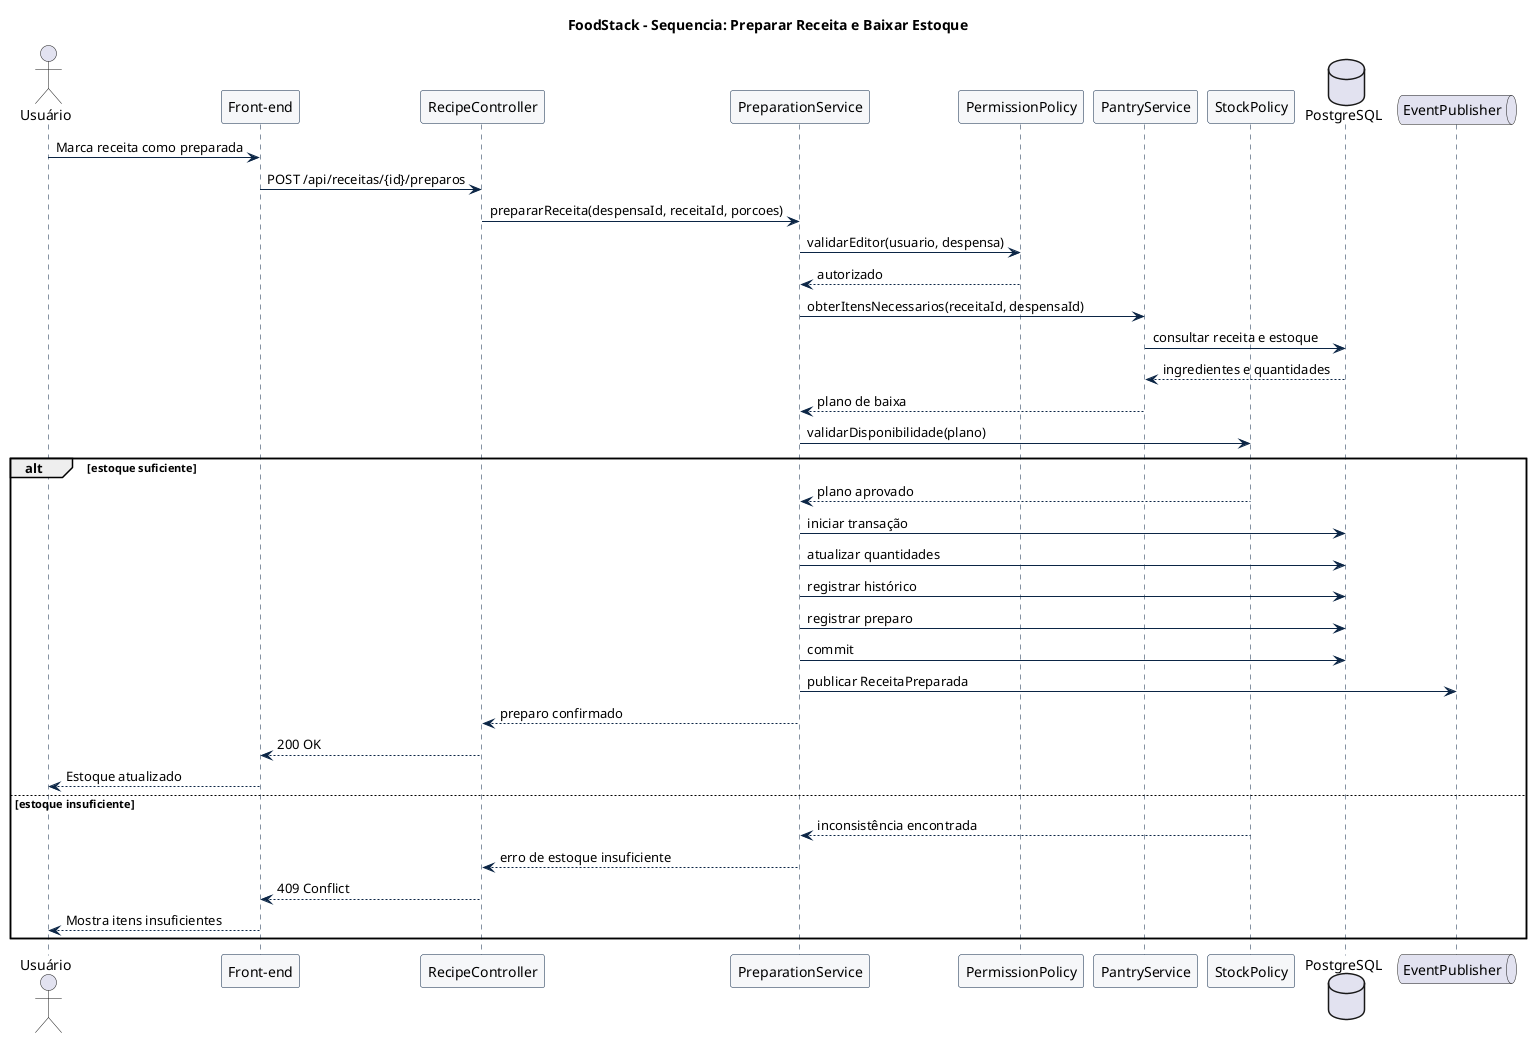
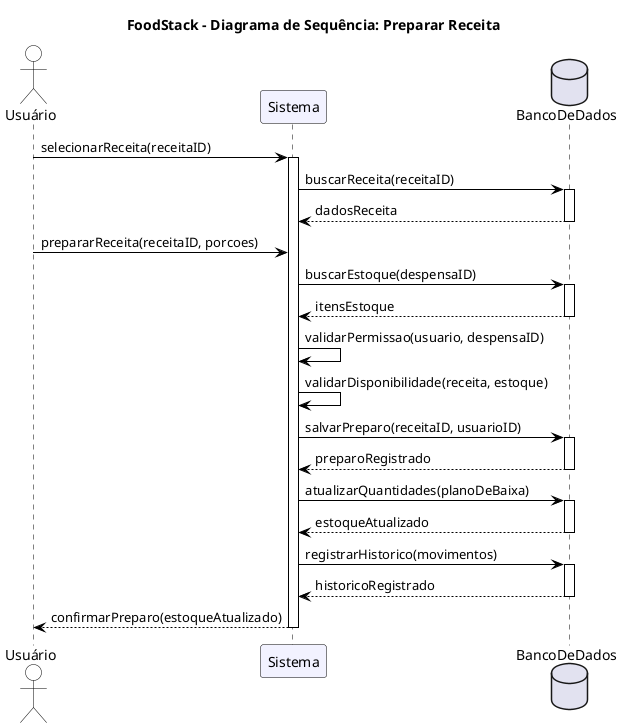
@startuml
- title FoodStack - Sequencia: Preparar Receita e Baixar Estoque
+ title FoodStack - Diagrama de Sequência: Preparar Receita

skinparam shadowing false
+ skinparam defaultFontName Arial
skinparam sequence {
-   ArrowColor #0B2545
-   LifeLineBorderColor #0B2545
-   ParticipantBorderColor #0B2545
-   ParticipantBackgroundColor #F6F7F9
+   ArrowColor Black
+   LifeLineBorderColor Black
+   ParticipantBorderColor Black
+   ParticipantBackgroundColor #F2F2FF
+   ActorBorderColor Black
+   ActorBackgroundColor White
+   DatabaseBorderColor Black
+   DatabaseBackgroundColor White
}

- actor "Usuário" as U
- participant "Front-end" as FE
- participant "RecipeController" as RC
- participant "PreparationService" as Prep
- participant "PermissionPolicy" as Perm
- participant "PantryService" as Pantry
- participant "StockPolicy" as Stock
- database "PostgreSQL" as DB
- queue "EventPublisher" as Events
+ actor "Usuário" as Usuario
+ participant "Sistema" as Sistema
+ database "BancoDeDados" as BancoDeDados

- U -> FE : Marca receita como preparada
- FE -> RC : POST /api/receitas/{id}/preparos
- RC -> Prep : prepararReceita(despensaId, receitaId, porcoes)
- Prep -> Perm : validarEditor(usuario, despensa)
- Perm --> Prep : autorizado
- Prep -> Pantry : obterItensNecessarios(receitaId, despensaId)
- Pantry -> DB : consultar receita e estoque
- DB --> Pantry : ingredientes e quantidades
- Pantry --> Prep : plano de baixa
- Prep -> Stock : validarDisponibilidade(plano)
+ Usuario -> Sistema : selecionarReceita(receitaID)
+ activate Sistema
+ Sistema -> BancoDeDados : buscarReceita(receitaID)
+ activate BancoDeDados
+ BancoDeDados --> Sistema : dadosReceita
+ deactivate BancoDeDados

- alt estoque suficiente
-   Stock --> Prep : plano aprovado
-   Prep -> DB : iniciar transação
-   Prep -> DB : atualizar quantidades
-   Prep -> DB : registrar histórico
-   Prep -> DB : registrar preparo
-   Prep -> DB : commit
-   Prep -> Events : publicar ReceitaPreparada
-   Prep --> RC : preparo confirmado
-   RC --> FE : 200 OK
-   FE --> U : Estoque atualizado
- else estoque insuficiente
-   Stock --> Prep : inconsistência encontrada
-   Prep --> RC : erro de estoque insuficiente
-   RC --> FE : 409 Conflict
-   FE --> U : Mostra itens insuficientes
- end
+ Usuario -> Sistema : prepararReceita(receitaID, porcoes)
+ Sistema -> BancoDeDados : buscarEstoque(despensaID)
+ activate BancoDeDados
+ BancoDeDados --> Sistema : itensEstoque
+ deactivate BancoDeDados
+ 
+ Sistema -> Sistema : validarPermissao(usuario, despensaID)
+ Sistema -> Sistema : validarDisponibilidade(receita, estoque)
+ 
+ Sistema -> BancoDeDados : salvarPreparo(receitaID, usuarioID)
+ activate BancoDeDados
+ BancoDeDados --> Sistema : preparoRegistrado
+ deactivate BancoDeDados
+ 
+ Sistema -> BancoDeDados : atualizarQuantidades(planoDeBaixa)
+ activate BancoDeDados
+ BancoDeDados --> Sistema : estoqueAtualizado
+ deactivate BancoDeDados
+ 
+ Sistema -> BancoDeDados : registrarHistorico(movimentos)
+ activate BancoDeDados
+ BancoDeDados --> Sistema : historicoRegistrado
+ deactivate BancoDeDados
+ 
+ Sistema --> Usuario : confirmarPreparo(estoqueAtualizado)
+ deactivate Sistema
@enduml
